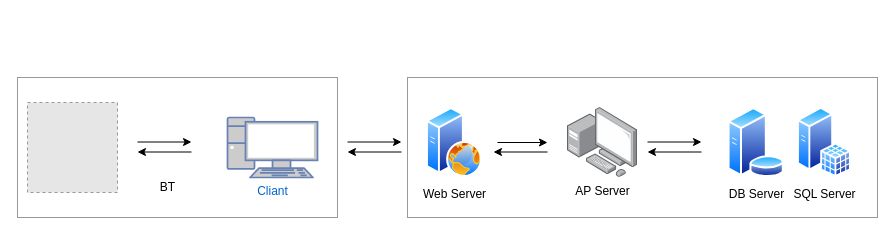
Above: WEBAPP.drawio in YuseiKawai/Otsuka (draw.io), before the change. Source tidied: cells renumbered, new cells numbered last; positions are measured from the earlier drawing's top-left corner, leaving out a move shared by most shapes. Both pictures are drawn from the tidied source at 100%, with x=0, y=0 at pixel (17, 77). Pictures stored in the file or linked from it are replaced by grey dashed boxes.
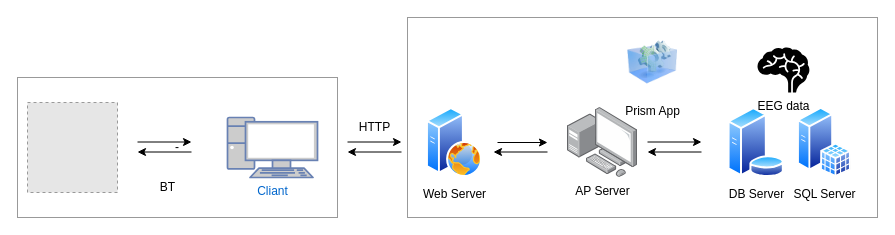
After the change.

Change to the diagram source:
```diff
@@
     <mxCell id="20" style="rounded=0;whiteSpace=wrap;html=1;strokeColor=#999999;fillColor=none;" parent="1" vertex="1">
-      <mxGeometry x="390" width="470" height="140" as="geometry" />
+      <mxGeometry x="390" y="-60" width="470" height="200" as="geometry" />
     </mxCell>
-    <mxCell id="21" style="rounded=0;whiteSpace=wrap;html=1;strokeColor=#999999;fillColor=none;" parent="1" vertex="1">
+    <mxCell id="21" value="-" style="rounded=0;whiteSpace=wrap;html=1;strokeColor=#999999;fillColor=none;" parent="1" vertex="1">
       <mxGeometry width="320" height="140" as="geometry" />
     </mxCell>
+    <mxCell id="22" value="Prism App" style="image;html=1;image=img/lib/clip_art/computers/Virtual_Application_128x128.png;strokeColor=#999999;fillColor=none;" parent="1" vertex="1">
+      <mxGeometry x="610" y="-50" width="50" height="70" as="geometry" />
+    </mxCell>
+    <mxCell id="23" value="EEG data" style="shape=mxgraph.signs.healthcare.brain;html=1;fillColor=#000000;strokeColor=none;verticalLabelPosition=bottom;verticalAlign=top;align=center;" parent="1" vertex="1">
+      <mxGeometry x="740" y="-30" width="51.9" height="45" as="geometry" />
+    </mxCell>
+    <mxCell id="24" value="HTTP" style="text;html=1;align=center;verticalAlign=middle;strokeColor=none;fillColor=none;" parent="1" vertex="1">
+      <mxGeometry x="332" y="40" width="50" height="20" as="geometry" />
+    </mxCell>
```
